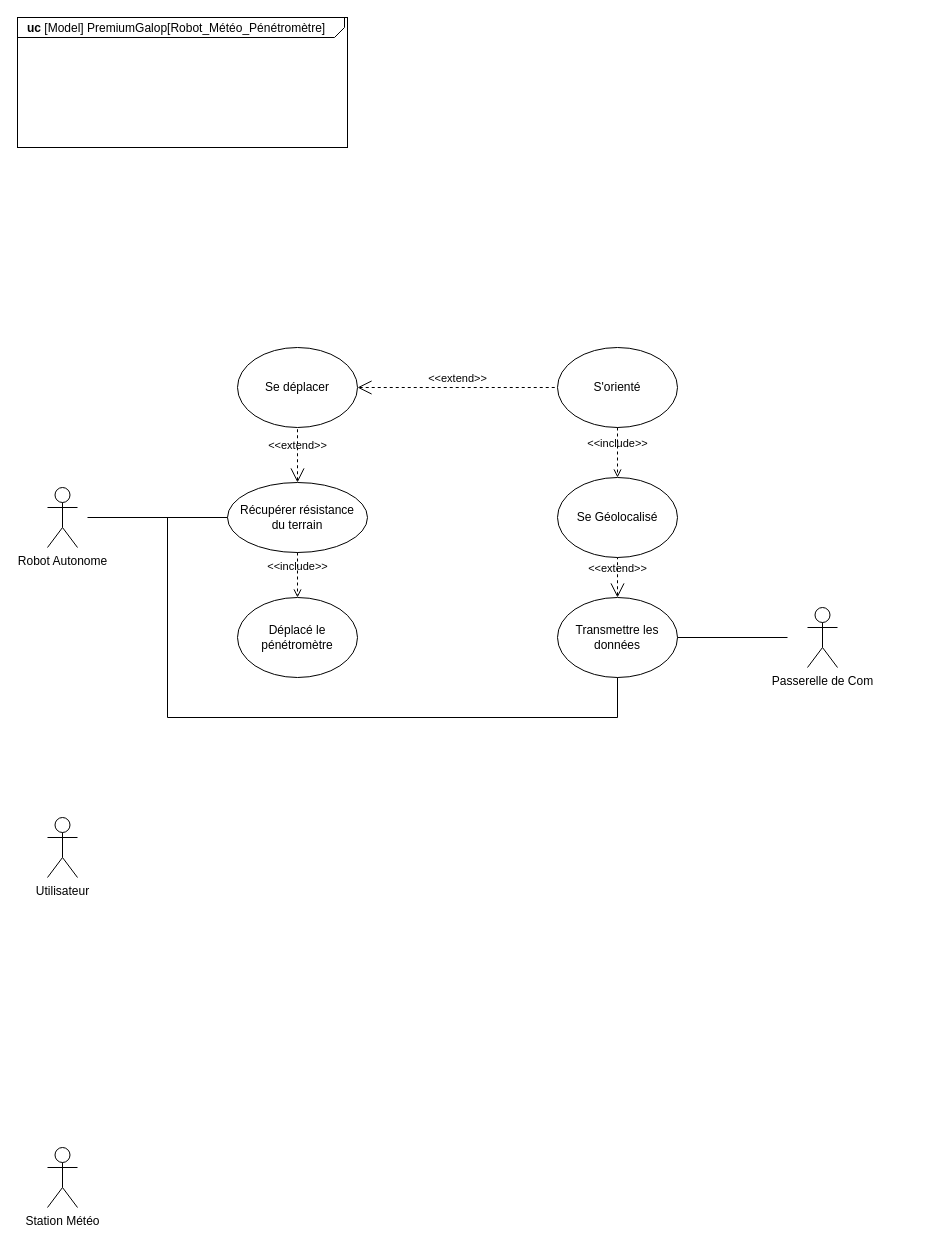
Earlier version of the draw.io diagram SYSML/UseCase.drawio (ToGen49/Hippodrome). Source tidied: cells renumbered, new cells numbered last; positions are measured from the earlier drawing's top-left corner, leaving out a move shared by most shapes. Both pictures are drawn from the tidied source at 100%, with x=0, y=0 at pixel (17, 17).
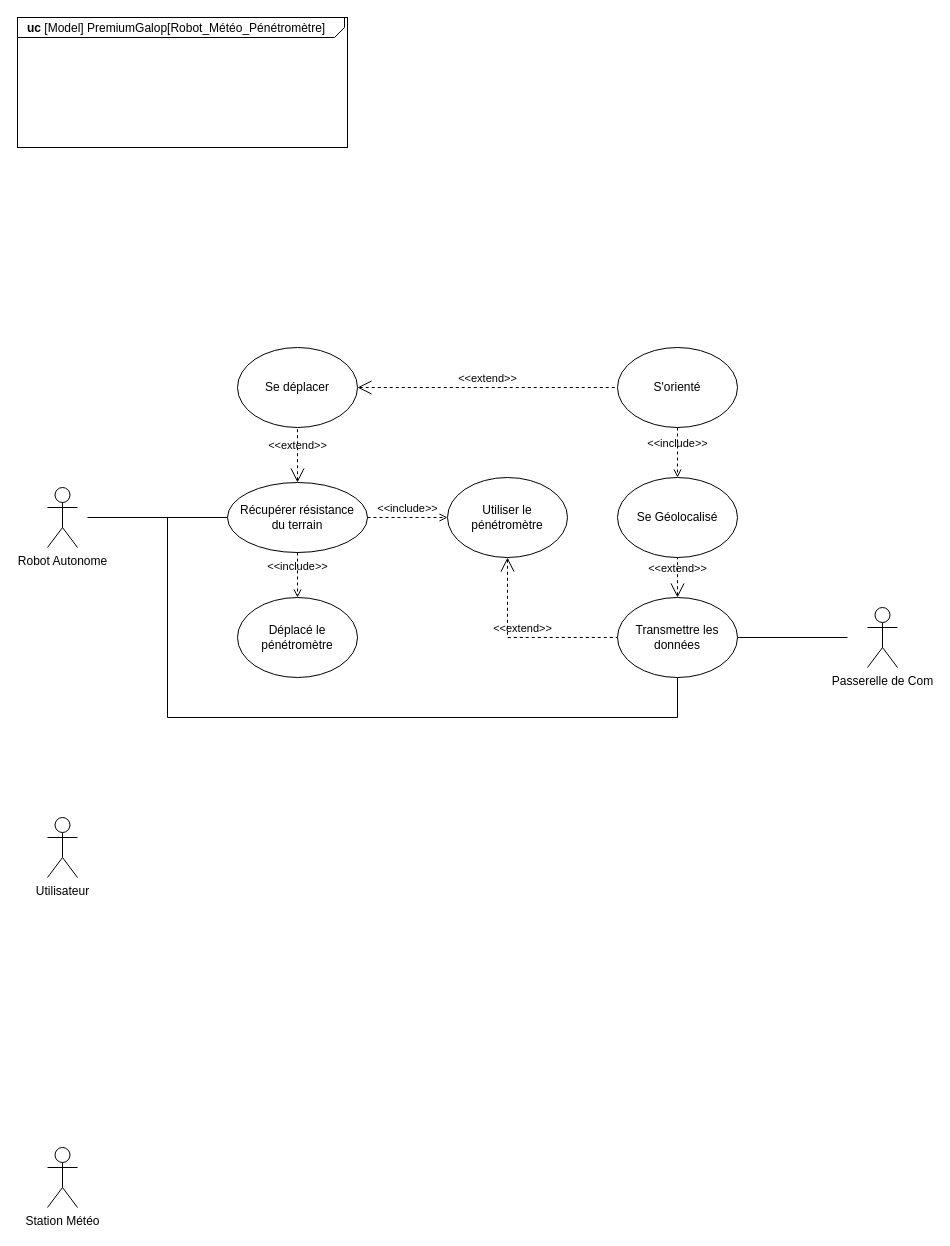
The same diagram, later.

Commit message:
Mettre à jour UseCase.drawio

The change refers to these unchanged cells:
```xml
<mxCell id="5" value="Récupérer résistance&lt;br&gt;du terrain" style="ellipse;whiteSpace=wrap;html=1;" parent="1" vertex="1">
  <mxGeometry x="210" y="465" width="140" height="70" as="geometry" />
</mxCell>
```

The edit, as a diff of the source:
```diff
@@
     <mxCell id="10" value="S'orienté" style="ellipse;whiteSpace=wrap;html=1;" parent="1" vertex="1">
-      <mxGeometry x="540" y="330" width="120" height="80" as="geometry" />
+      <mxGeometry x="600" y="330" width="120" height="80" as="geometry" />
     </mxCell>
     <mxCell id="11" value="Se Géolocalisé" style="ellipse;whiteSpace=wrap;html=1;" parent="1" vertex="1">
-      <mxGeometry x="540" y="460" width="120" height="80" as="geometry" />
+      <mxGeometry x="600" y="460" width="120" height="80" as="geometry" />
     </mxCell>
@@
     <mxCell id="16" value="Transmettre les données" style="ellipse;whiteSpace=wrap;html=1;" parent="1" vertex="1">
-      <mxGeometry x="540" y="580" width="120" height="80" as="geometry" />
+      <mxGeometry x="600" y="580" width="120" height="80" as="geometry" />
     </mxCell>
     <mxCell id="17" style="endArrow=none;html=1;rounded=0;exitX=0.5;exitY=1;exitDx=0;exitDy=0;" parent="1" edge="1" source="16">
       <mxGeometry relative="1" as="geometry">
         <mxPoint x="150" y="500" as="targetPoint" />
         <Array as="points">
-          <mxPoint x="600" y="700" />
+          <mxPoint x="660" y="700" />
           <mxPoint x="150" y="700" />
         </Array>
       </mxGeometry>
     </mxCell>
     <mxCell id="18" value="Passerelle de Com" style="shape=umlActor;verticalLabelPosition=bottom;verticalAlign=top;html=1;" parent="1" vertex="1">
-      <mxGeometry x="790" y="590" width="30" height="60" as="geometry" />
+      <mxGeometry x="850" y="590" width="30" height="60" as="geometry" />
     </mxCell>
     <mxCell id="19" style="endArrow=none;html=1;rounded=0;exitX=1;exitY=0.5;exitDx=0;exitDy=0;" parent="1" edge="1" source="16">
       <mxGeometry relative="1" as="geometry">
-        <mxPoint x="770" y="620" as="targetPoint" />
+        <mxPoint x="830" y="620" as="targetPoint" />
       </mxGeometry>
     </mxCell>
@@
+    <mxCell id="21" value="Utiliser le pénétromètre" style="ellipse;whiteSpace=wrap;html=1;" parent="1" vertex="1">
+      <mxGeometry x="430" y="460" width="120" height="80" as="geometry" />
+    </mxCell>
+    <mxCell id="22" value="&amp;lt;&amp;lt;extend&amp;gt;&amp;gt;" style="edgeStyle=none;html=1;startArrow=open;endArrow=none;startSize=12;verticalAlign=bottom;dashed=1;labelBackgroundColor=none;rounded=0;exitX=0.5;exitY=1;exitDx=0;exitDy=0;entryX=0;entryY=0.5;entryDx=0;entryDy=0;" parent="1" edge="1" source="21" target="16">
+      <mxGeometry relative="1" as="geometry">
+        <Array as="points">
+          <mxPoint x="490" y="620" />
+        </Array>
+      </mxGeometry>
+    </mxCell>
+    <mxCell id="23" value="&amp;lt;&amp;lt;include&amp;gt;&amp;gt;" style="edgeStyle=none;html=1;endArrow=open;verticalAlign=bottom;dashed=1;labelBackgroundColor=none;rounded=0;exitX=1;exitY=0.5;exitDx=0;exitDy=0;entryX=0;entryY=0.5;entryDx=0;entryDy=0;" parent="1" edge="1" source="5" target="21">
+      <mxGeometry relative="1" as="geometry" />
+    </mxCell>
```
